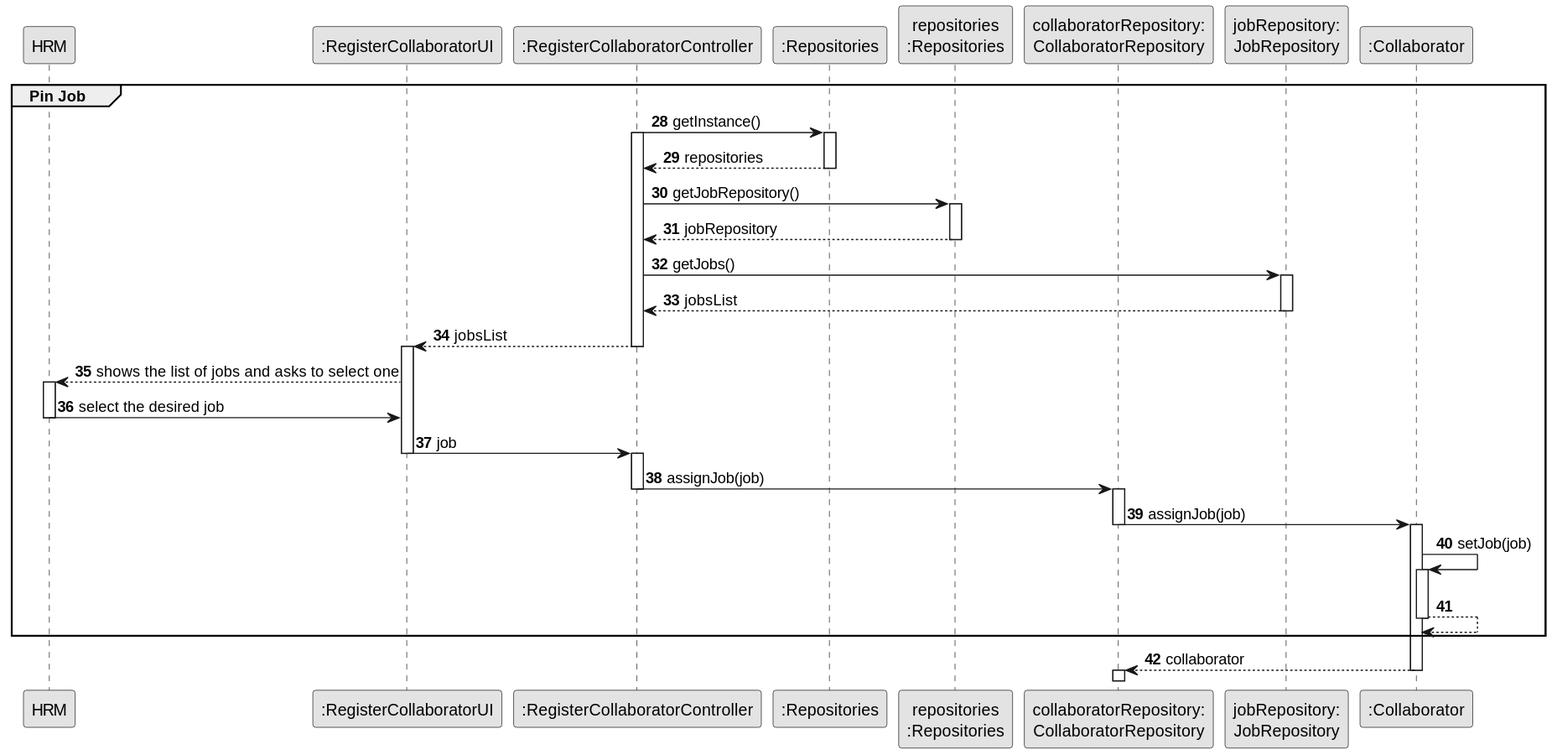
Above: docs/sprintB/us003/03.design/svg/us003-sequence-diagram-partial-pin-job.svg in ricardomm7/leaflink (PlantUML), before the change.
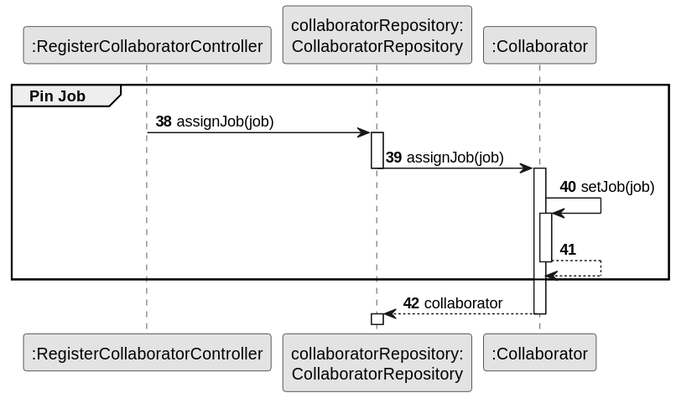
After the change.

Change to the diagram source:
```diff
@@ -3,41 +3,13 @@
 skinparam packageStyle rectangle
 skinparam shadowing false
 
-participant "HRM" as HRM
-participant ":RegisterCollaboratorUI" as UI
 participant ":RegisterCollaboratorController" as CTRL
-participant ":Repositories" as GlobRepo
-participant "repositories\n:Repositories" as PLAT
 participant "collaboratorRepository:\nCollaboratorRepository" as CLBREP
-participant "jobRepository:\nJobRepository" as jobRepository
 participant ":Collaborator" as CLB
 
-autonumber 28
+autonumber 38
 
 group Pin Job
-CTRL -> GlobRepo : getInstance()
-activate CTRL
-activate GlobRepo
-GlobRepo --> CTRL : repositories
-deactivate GlobRepo
-CTRL -> PLAT : getJobRepository()
-activate PLAT
-PLAT -->  CTRL: jobRepository
-deactivate PLAT
-CTRL -> jobRepository : getJobs()
-activate jobRepository
-jobRepository --> CTRL : jobsList
-deactivate jobRepository
-CTRL -->UI : jobsList
-deactivate CTRL
-activate UI
-UI --> HRM : shows the list of jobs and asks to select one
-activate HRM
-HRM -> UI : select the desired job
-deactivate HRM
-UI -> CTRL : job
-deactivate UI
-activate CTRL
 
 CTRL ->CLBREP : assignJob(job)
 deactivate CTRL
```
